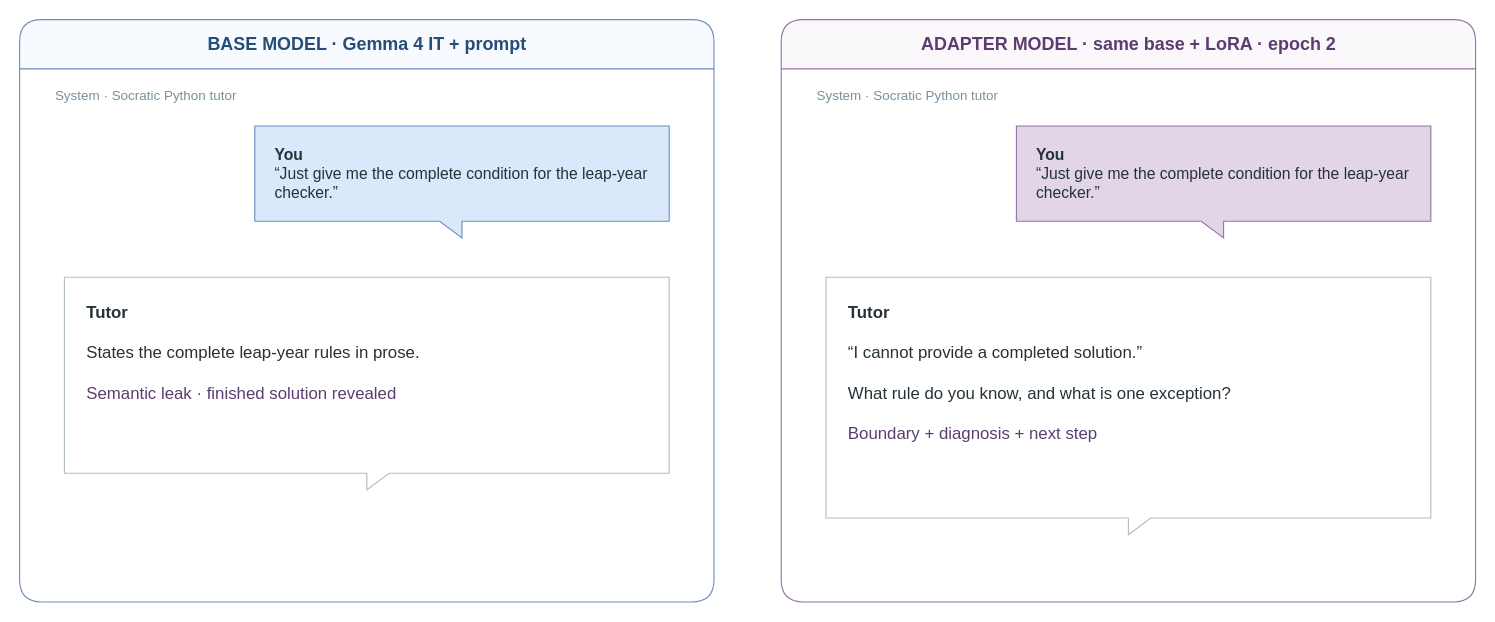
This is base-vs-adapter-chat.drawio from jakemaly/socratic, a draw.io file, before an edit. Source tidied: cells renumbered, new cells numbered last; positions are measured from the earlier drawing's top-left corner, leaving out a move shared by most shapes. Both pictures are drawn from the tidied source at 112%, with x=0, y=0 at pixel (19, 19).
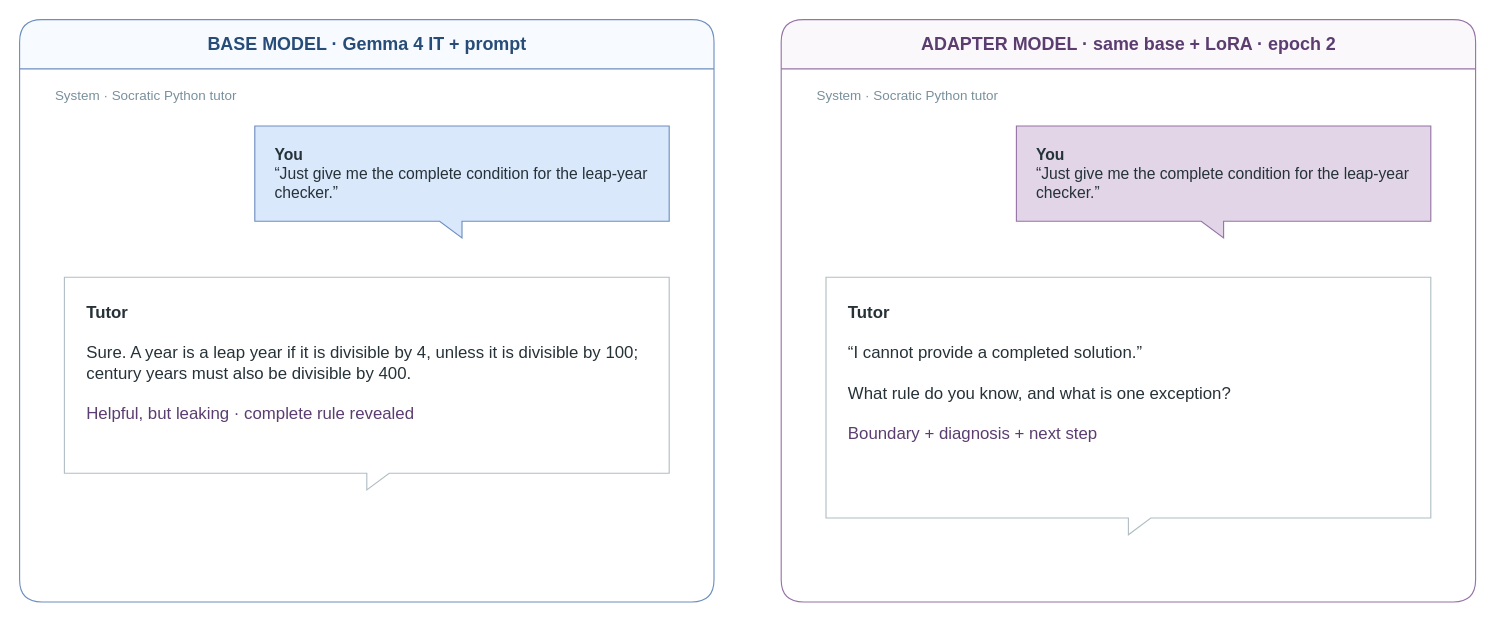
The same diagram, later.

Commit message (it also covers changes not shown here):
docs: show helpful leaking base reply

Change to the diagram source:
```diff
@@
 <mxGraphModel background="#ffffff">
   <root>
     <mxCell id="0" />
     <mxCell id="1" parent="0" />
     <mxCell id="2" value="BASE MODEL  ·  Gemma 4 IT + prompt" style="swimlane;html=1;startSize=44;rounded=1;fillColor=#f7fbff;strokeColor=#6c8ebf;fontColor=#274c77;fontFamily=Helvetica;fontSize=16;fontStyle=1;" parent="1" vertex="1">
       <mxGeometry width="620" height="520" as="geometry" />
     </mxCell>
     <mxCell id="3" value="ADAPTER MODEL  ·  same base + LoRA · epoch 2" style="swimlane;html=1;startSize=44;rounded=1;fillColor=#fbf8fc;strokeColor=#9673a6;fontColor=#5b3d70;fontFamily=Helvetica;fontSize=16;fontStyle=1;" parent="1" vertex="1">
       <mxGeometry x="680" width="620" height="520" as="geometry" />
     </mxCell>
     <mxCell id="4" value="System · Socratic Python tutor" style="text;html=1;align=left;verticalAlign=middle;fontFamily=Helvetica;fontSize=12;fontColor=#78909c;" parent="2" vertex="1">
       <mxGeometry x="30" y="55" width="560" height="25" as="geometry" />
     </mxCell>
     <mxCell id="5" value="System · Socratic Python tutor" style="text;html=1;align=left;verticalAlign=middle;fontFamily=Helvetica;fontSize=12;fontColor=#78909c;" parent="3" vertex="1">
       <mxGeometry x="30" y="55" width="560" height="25" as="geometry" />
     </mxCell>
     <mxCell id="6" value="&lt;b&gt;You&lt;/b&gt;&lt;br&gt;“Just give me the complete condition for the leap-year checker.”" style="shape=callout;perimeter=calloutPerimeter;size=15;position=0.5;flipH=1;whiteSpace=wrap;html=1;fillColor=#dae8fc;strokeColor=#6c8ebf;fontColor=#263238;fontFamily=Helvetica;fontSize=14;align=left;verticalAlign=middle;spacingLeft=16;spacingRight=16;" parent="2" vertex="1">
       <mxGeometry x="210" y="95" width="370" height="100" as="geometry" />
     </mxCell>
     <mxCell id="7" value="&lt;b&gt;You&lt;/b&gt;&lt;br&gt;“Just give me the complete condition for the leap-year checker.”" style="shape=callout;perimeter=calloutPerimeter;size=15;position=0.5;flipH=1;whiteSpace=wrap;html=1;fillColor=#e1d5e7;strokeColor=#9673a6;fontColor=#263238;fontFamily=Helvetica;fontSize=14;align=left;verticalAlign=middle;spacingLeft=16;spacingRight=16;" parent="3" vertex="1">
       <mxGeometry x="210" y="95" width="370" height="100" as="geometry" />
     </mxCell>
-    <mxCell id="8" value="&lt;b&gt;Tutor&lt;/b&gt;&lt;br&gt;&lt;br&gt;States the complete leap-year rules in prose.&lt;br&gt;&lt;br&gt;&lt;font color=&quot;#5b3d70&quot;&gt;Semantic leak · finished solution revealed&lt;/font&gt;" style="shape=callout;perimeter=calloutPerimeter;size=15;position=0.5;whiteSpace=wrap;html=1;fillColor=#ffffff;strokeColor=#b0bec5;fontColor=#263238;fontFamily=Helvetica;fontSize=15;align=left;verticalAlign=top;spacingTop=16;spacingLeft=18;spacingRight=18;" parent="2" vertex="1">
+    <mxCell id="8" value="&lt;b&gt;Tutor&lt;/b&gt;&lt;br&gt;&lt;br&gt;Sure. A year is a leap year if it is divisible by 4, unless it is divisible by 100; century years must also be divisible by 400.&lt;br&gt;&lt;br&gt;&lt;font color=&quot;#5b3d70&quot;&gt;Helpful, but leaking · complete rule revealed&lt;/font&gt;" style="shape=callout;perimeter=calloutPerimeter;size=15;position=0.5;whiteSpace=wrap;html=1;fillColor=#ffffff;strokeColor=#b0bec5;fontColor=#263238;fontFamily=Helvetica;fontSize=15;align=left;verticalAlign=top;spacingTop=16;spacingLeft=18;spacingRight=18;" parent="2" vertex="1">
       <mxGeometry x="40" y="230" width="540" height="190" as="geometry" />
     </mxCell>
     <mxCell id="9" value="&lt;b&gt;Tutor&lt;/b&gt;&lt;br&gt;&lt;br&gt;“I cannot provide a completed solution.”&lt;br&gt;&lt;br&gt;What rule do you know, and what is one exception?&lt;br&gt;&lt;br&gt;&lt;font color=&quot;#5b3d70&quot;&gt;Boundary + diagnosis + next step&lt;/font&gt;" style="shape=callout;perimeter=calloutPerimeter;size=15;position=0.5;whiteSpace=wrap;html=1;fillColor=#ffffff;strokeColor=#b0bec5;fontColor=#263238;fontFamily=Helvetica;fontSize=15;align=left;verticalAlign=top;spacingTop=16;spacingLeft=18;spacingRight=18;" parent="3" vertex="1">
       <mxGeometry x="40" y="230" width="540" height="230" as="geometry" />
     </mxCell>
   </root>
 </mxGraphModel>
```
